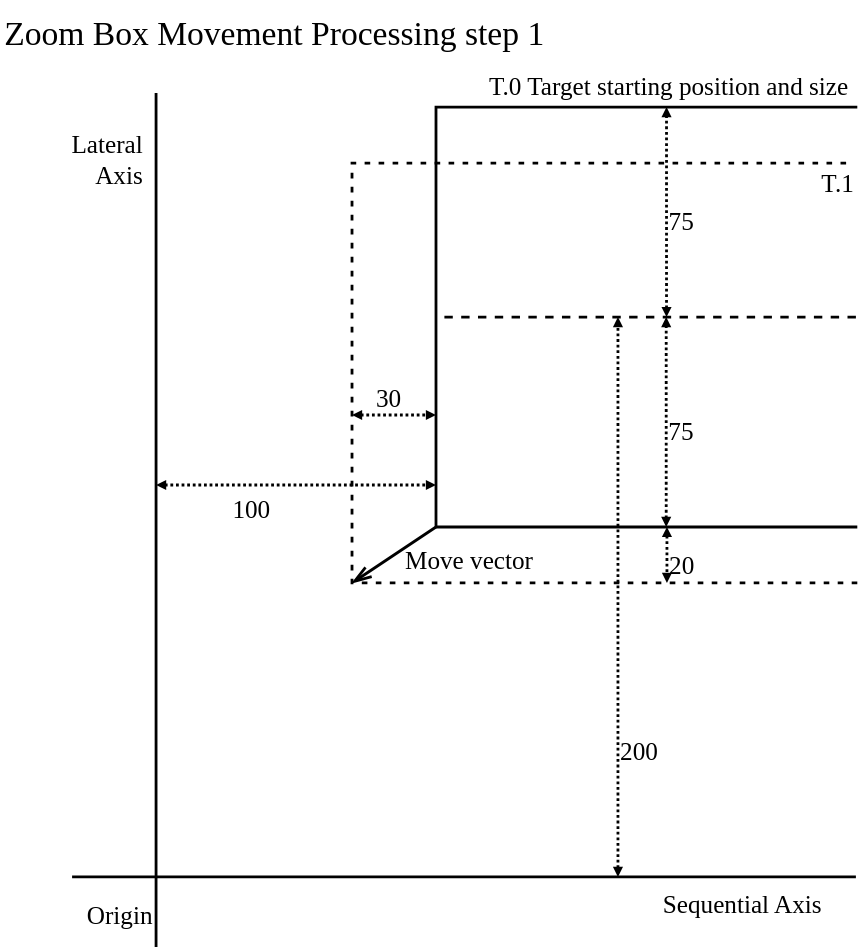
This is documents/Specification/07ZoomBoxMovement/MoveProcessing01.svg from dasher-project/dasher-web, a draw.io export, as it was before one commit. Source tidied: cells renumbered, new cells last; positions are measured from the earlier drawing's top-left corner, leaving out a move shared by most shapes.
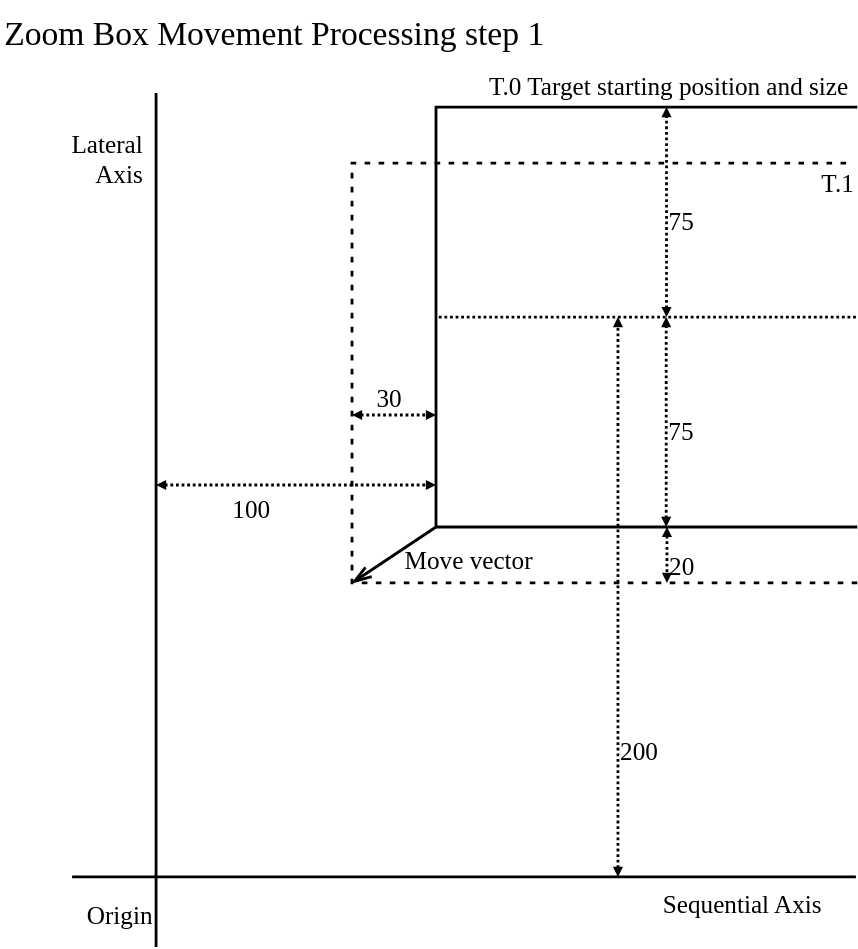
Later version of the same file.

Diff of the diagram source:
```diff
@@ -57,7 +57,7 @@
         <mxPoint x="474.5" y="225" as="targetPoint" />
       </mxGeometry>
     </mxCell>
-    <mxCell id="13" style="endArrow=none;html=1;fontSize=18;strokeWidth=2;endFill=0;endSize=10;labelBackgroundColor=none;spacingTop=-55;align=left;rounded=0;elbow=vertical;fontFamily=Verdana;startArrow=none;startFill=0;dashed=1;entryX=0;entryY=0.5;entryDx=0;entryDy=0;exitX=1;exitY=0.5;exitDx=0;exitDy=0;" parent="1" edge="1" source="3" target="3">
+    <mxCell id="13" style="endArrow=none;html=1;fontSize=18;strokeWidth=2;endFill=0;endSize=10;labelBackgroundColor=none;spacingTop=-55;align=left;rounded=0;elbow=vertical;fontFamily=Verdana;startArrow=none;startFill=0;dashed=1;entryX=0;entryY=0.5;entryDx=0;entryDy=0;exitX=1;exitY=0.5;exitDx=0;exitDy=0;dashPattern=1 1;" parent="1" edge="1" source="3" target="3">
       <mxGeometry relative="1" as="geometry" />
     </mxCell>
     <mxCell id="14" value="75" style="endArrow=block;fontSize=18;strokeWidth=2;endFill=1;endSize=2;labelBackgroundColor=none;spacingTop=0;align=left;rounded=0;elbow=vertical;fontFamily=Verdana;startArrow=block;startFill=1;startSize=2;verticalAlign=middle;dashed=1;dashPattern=1 1;" parent="1" edge="1">
```
